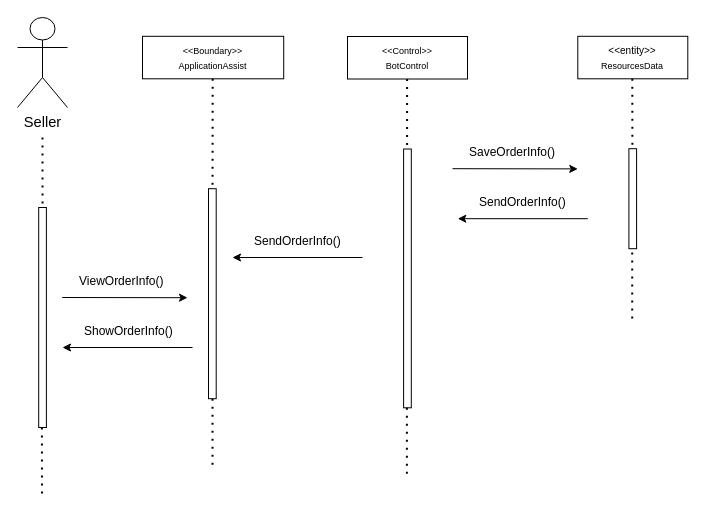
Above: page "Page-1" (1 of 2) of Record and Send Order Info.drawio in munkeawtoast/isad-diagrams (draw.io), before the change. Source tidied: cells renumbered, new cells numbered last; positions are measured from the earlier drawing's top-left corner, leaving out a move shared by most shapes. Both pictures are drawn from the tidied source at 100%, with x=0, y=0 at pixel (17, 17).
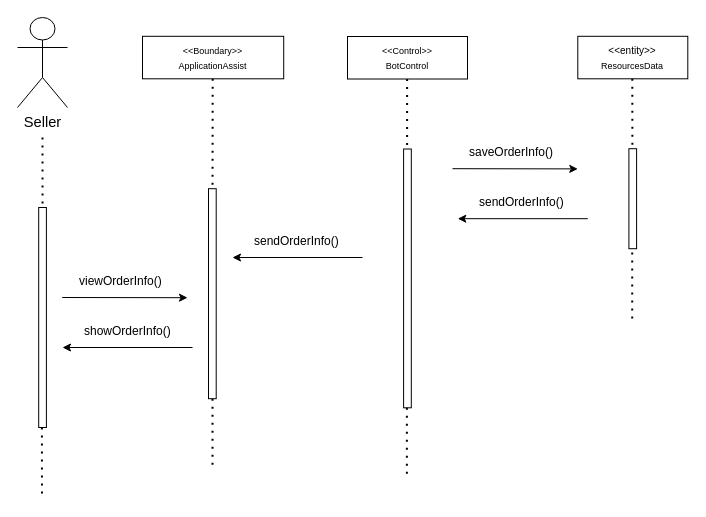
After the change.

What changed in the source:
```diff
@@
-    <mxCell id="9" value="SendOrderInfo()" style="text;whiteSpace=wrap;html=1;" parent="1" vertex="1">
+    <mxCell id="9" value="sendOrderInfo()" style="text;whiteSpace=wrap;html=1;" parent="1" vertex="1">
       <mxGeometry x="460.3" y="171.2" width="110" height="40" as="geometry" />
     </mxCell>
@@
-    <mxCell id="11" value="SaveOrderInfo()" style="text;whiteSpace=wrap;html=1;" parent="1" vertex="1">
+    <mxCell id="11" value="saveOrderInfo()" style="text;whiteSpace=wrap;html=1;" parent="1" vertex="1">
       <mxGeometry x="450.3" y="121.2" width="110" height="40" as="geometry" />
     </mxCell>
@@
-    <mxCell id="13" value="SendOrderInfo()" style="text;whiteSpace=wrap;html=1;" parent="1" vertex="1">
+    <mxCell id="13" value="sendOrderInfo()" style="text;whiteSpace=wrap;html=1;" parent="1" vertex="1">
       <mxGeometry x="235" y="210" width="110" height="40" as="geometry" />
     </mxCell>
@@
-    <mxCell id="15" value="ShowOrderInfo()" style="text;whiteSpace=wrap;html=1;" parent="1" vertex="1">
+    <mxCell id="15" value="showOrderInfo()" style="text;whiteSpace=wrap;html=1;" parent="1" vertex="1">
       <mxGeometry x="65" y="300" width="110" height="40" as="geometry" />
     </mxCell>
@@
-    <mxCell id="17" value="&lt;div style=&quot;text-align: center;&quot;&gt;&lt;span style=&quot;background-color: initial;&quot;&gt;ViewOrderInfo()&lt;/span&gt;&lt;/div&gt;" style="text;whiteSpace=wrap;html=1;" parent="1" vertex="1">
+    <mxCell id="17" value="&lt;div style=&quot;text-align: center;&quot;&gt;&lt;span style=&quot;background-color: initial;&quot;&gt;viewOrderInfo()&lt;/span&gt;&lt;/div&gt;" style="text;whiteSpace=wrap;html=1;" parent="1" vertex="1">
       <mxGeometry x="60" y="250" width="110" height="40" as="geometry" />
     </mxCell>
```
